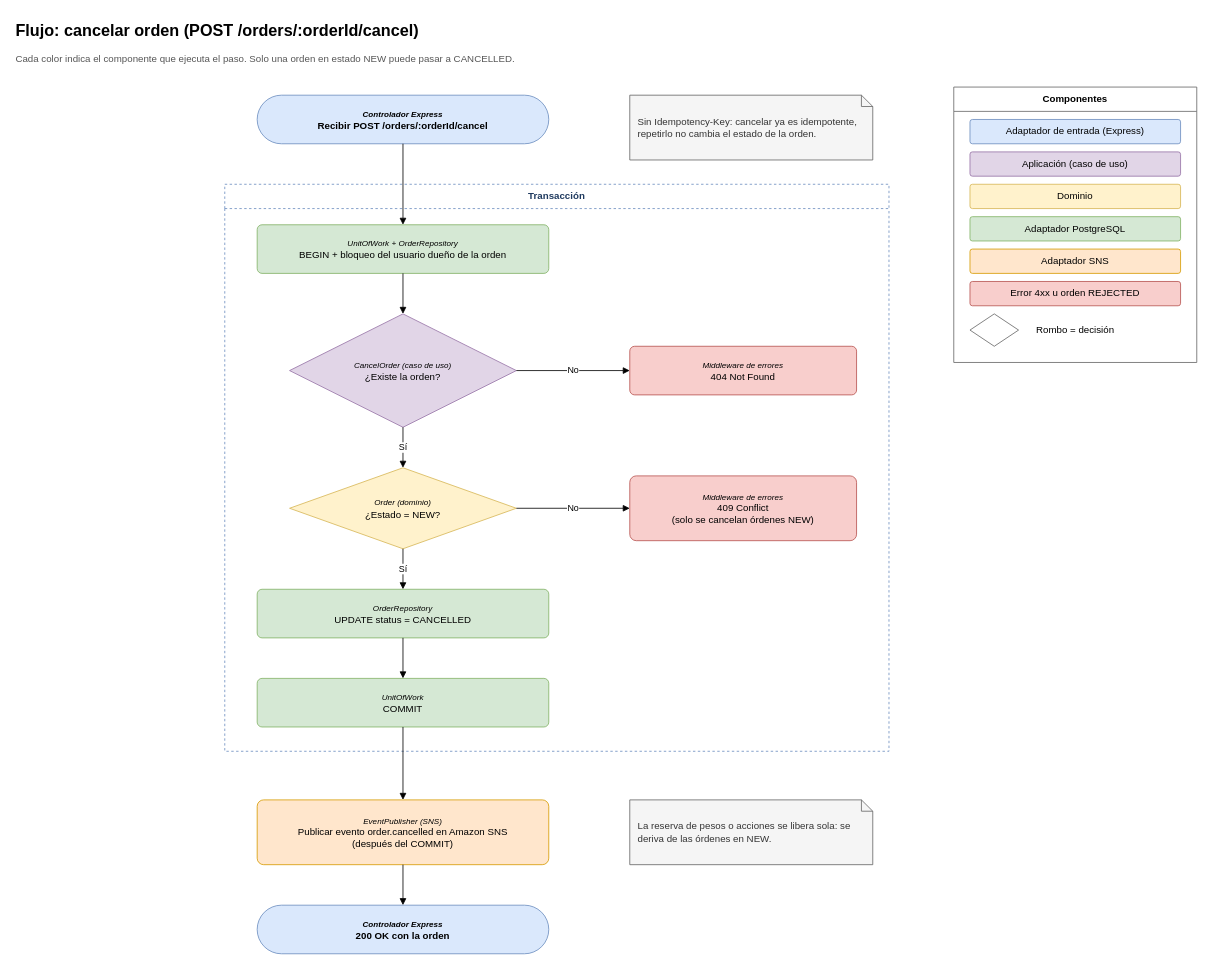
Before: page "Flow: cancel order" (5 of 8) of docs/diagrams/cocos-solution.drawio in Samuel0023/cocos-challenge, a draw.io diagram. Source tidied: cells renumbered, new cells numbered last; positions are measured from the earlier drawing's top-left corner, leaving out a move shared by most shapes. Both pictures are drawn from the tidied source at 81%, with x=0, y=0 at pixel (14, 14).
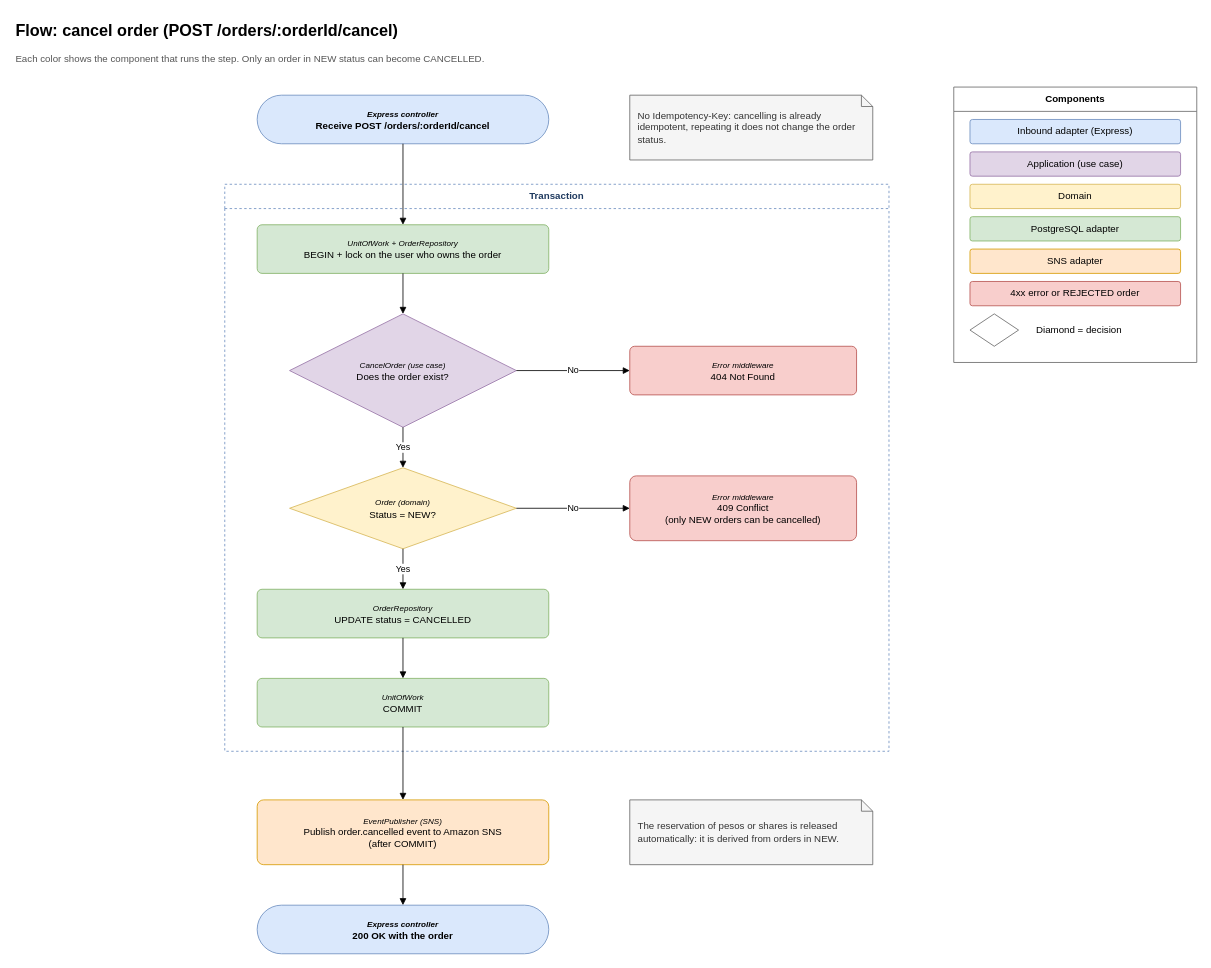
Above is the later version.

Unchanged cells that the change refers to:
```xml
<mxCell id="16" value="&lt;i style=&quot;font-size:10px&quot;&gt;OrderRepository&lt;/i&gt;&lt;br&gt;UPDATE status = CANCELLED" style="rounded=1;whiteSpace=wrap;html=1;arcSize=10;fillColor=#d5e8d4;strokeColor=#82b366;" parent="6" vertex="1">
  <mxGeometry x="40" y="500" width="360" height="60" as="geometry" />
</mxCell>
```

Change to the diagram source:
```diff
@@
-    <mxCell id="2" value="Flujo: cancelar orden (POST /orders/:orderId/cancel)" style="text;html=1;whiteSpace=wrap;align=left;verticalAlign=middle;fontSize=20;fontStyle=1;" parent="1" vertex="1">
+    <mxCell id="2" value="Flow: cancel order (POST /orders/:orderId/cancel)" style="text;html=1;whiteSpace=wrap;align=left;verticalAlign=middle;fontSize=20;fontStyle=1;" parent="1" vertex="1">
       <mxGeometry width="1400" height="40" as="geometry" />
     </mxCell>
-    <mxCell id="3" value="Cada color indica el componente que ejecuta el paso. Solo una orden en estado NEW puede pasar a CANCELLED." style="text;html=1;whiteSpace=wrap;align=left;verticalAlign=middle;fontSize=12;fontColor=#555555;" parent="1" vertex="1">
+    <mxCell id="3" value="Each color shows the component that runs the step. Only an order in NEW status can become CANCELLED." style="text;html=1;whiteSpace=wrap;align=left;verticalAlign=middle;fontSize=12;fontColor=#555555;" parent="1" vertex="1">
       <mxGeometry y="40" width="1400" height="30" as="geometry" />
     </mxCell>
-    <mxCell id="4" value="&lt;i style=&quot;font-size:10px&quot;&gt;Controlador Express&lt;/i&gt;&lt;br&gt;Recibir POST /orders/:orderId/cancel" style="rounded=1;whiteSpace=wrap;html=1;arcSize=50;fontStyle=1;fillColor=#dae8fc;strokeColor=#6c8ebf;" parent="1" vertex="1">
+    <mxCell id="4" value="&lt;i style=&quot;font-size:10px&quot;&gt;Express controller&lt;/i&gt;&lt;br&gt;Receive POST /orders/:orderId/cancel" style="rounded=1;whiteSpace=wrap;html=1;arcSize=50;fontStyle=1;fillColor=#dae8fc;strokeColor=#6c8ebf;" parent="1" vertex="1">
       <mxGeometry x="300" y="100" width="360" height="60" as="geometry" />
     </mxCell>
-    <mxCell id="5" value="Sin Idempotency-Key: cancelar ya es idempotente, repetirlo no cambia el estado de la orden." style="shape=note;whiteSpace=wrap;html=1;size=14;align=left;spacingLeft=8;spacingRight=8;fillColor=#f5f5f5;strokeColor=#666666;fontColor=#333333;" parent="1" vertex="1">
+    <mxCell id="5" value="No Idempotency-Key: cancelling is already idempotent, repeating it does not change the order status." style="shape=note;whiteSpace=wrap;html=1;size=14;align=left;spacingLeft=8;spacingRight=8;fillColor=#f5f5f5;strokeColor=#666666;fontColor=#333333;" parent="1" vertex="1">
       <mxGeometry x="760" y="100" width="300" height="80" as="geometry" />
     </mxCell>
-    <mxCell id="6" value="Transacción" style="swimlane;whiteSpace=wrap;html=1;startSize=30;rounded=0;fontStyle=1;fillColor=none;dashed=1;strokeColor=#6c8ebf;fontColor=#1f3a5f;" parent="1" vertex="1">
+    <mxCell id="6" value="Transaction" style="swimlane;whiteSpace=wrap;html=1;startSize=30;rounded=0;fontStyle=1;fillColor=none;dashed=1;strokeColor=#6c8ebf;fontColor=#1f3a5f;" parent="1" vertex="1">
       <mxGeometry x="260" y="210" width="820" height="700" as="geometry" />
     </mxCell>
-    <mxCell id="7" value="&lt;i style=&quot;font-size:10px&quot;&gt;EventPublisher (SNS)&lt;/i&gt;&lt;br&gt;Publicar evento order.cancelled en Amazon SNS&lt;br&gt;(después del COMMIT)" style="rounded=1;whiteSpace=wrap;html=1;arcSize=10;fillColor=#ffe6cc;strokeColor=#d79b00;" parent="1" vertex="1">
+    <mxCell id="7" value="&lt;i style=&quot;font-size:10px&quot;&gt;EventPublisher (SNS)&lt;/i&gt;&lt;br&gt;Publish order.cancelled event to Amazon SNS&lt;br&gt;(after COMMIT)" style="rounded=1;whiteSpace=wrap;html=1;arcSize=10;fillColor=#ffe6cc;strokeColor=#d79b00;" parent="1" vertex="1">
       <mxGeometry x="300" y="970" width="360" height="80" as="geometry" />
     </mxCell>
-    <mxCell id="8" value="&lt;i style=&quot;font-size:10px&quot;&gt;Controlador Express&lt;/i&gt;&lt;br&gt;200 OK con la orden" style="rounded=1;whiteSpace=wrap;html=1;arcSize=50;fontStyle=1;fillColor=#dae8fc;strokeColor=#6c8ebf;" parent="1" vertex="1">
+    <mxCell id="8" value="&lt;i style=&quot;font-size:10px&quot;&gt;Express controller&lt;/i&gt;&lt;br&gt;200 OK with the order" style="rounded=1;whiteSpace=wrap;html=1;arcSize=50;fontStyle=1;fillColor=#dae8fc;strokeColor=#6c8ebf;" parent="1" vertex="1">
       <mxGeometry x="300" y="1100" width="360" height="60" as="geometry" />
     </mxCell>
-    <mxCell id="9" value="La reserva de pesos o acciones se libera sola: se deriva de las órdenes en NEW." style="shape=note;whiteSpace=wrap;html=1;size=14;align=left;spacingLeft=8;spacingRight=8;fillColor=#f5f5f5;strokeColor=#666666;fontColor=#333333;" parent="1" vertex="1">
+    <mxCell id="9" value="The reservation of pesos or shares is released automatically: it is derived from orders in NEW." style="shape=note;whiteSpace=wrap;html=1;size=14;align=left;spacingLeft=8;spacingRight=8;fillColor=#f5f5f5;strokeColor=#666666;fontColor=#333333;" parent="1" vertex="1">
       <mxGeometry x="760" y="970" width="300" height="80" as="geometry" />
     </mxCell>
-    <mxCell id="10" value="Componentes" style="swimlane;whiteSpace=wrap;html=1;startSize=30;rounded=0;fontStyle=1;fillColor=none;strokeColor=#666666;" parent="1" vertex="1">
+    <mxCell id="10" value="Components" style="swimlane;whiteSpace=wrap;html=1;startSize=30;rounded=0;fontStyle=1;fillColor=none;strokeColor=#666666;" parent="1" vertex="1">
       <mxGeometry x="1160" y="90" width="300" height="340" as="geometry" />
     </mxCell>
-    <mxCell id="11" value="&lt;i style=&quot;font-size:10px&quot;&gt;UnitOfWork + OrderRepository&lt;/i&gt;&lt;br&gt;BEGIN + bloqueo del usuario dueño de la orden" style="rounded=1;whiteSpace=wrap;html=1;arcSize=10;fillColor=#d5e8d4;strokeColor=#82b366;" parent="6" vertex="1">
+    <mxCell id="11" value="&lt;i style=&quot;font-size:10px&quot;&gt;UnitOfWork + OrderRepository&lt;/i&gt;&lt;br&gt;BEGIN + lock on the user who owns the order" style="rounded=1;whiteSpace=wrap;html=1;arcSize=10;fillColor=#d5e8d4;strokeColor=#82b366;" parent="6" vertex="1">
       <mxGeometry x="40" y="50" width="360" height="60" as="geometry" />
     </mxCell>
-    <mxCell id="12" value="&lt;i style=&quot;font-size:10px&quot;&gt;CancelOrder (caso de uso)&lt;/i&gt;&lt;br&gt;¿Existe la orden?" style="rhombus;whiteSpace=wrap;html=1;fillColor=#e1d5e7;strokeColor=#9673a6;" parent="6" vertex="1">
+    <mxCell id="12" value="&lt;i style=&quot;font-size:10px&quot;&gt;CancelOrder (use case)&lt;/i&gt;&lt;br&gt;Does the order exist?" style="rhombus;whiteSpace=wrap;html=1;fillColor=#e1d5e7;strokeColor=#9673a6;" parent="6" vertex="1">
       <mxGeometry x="80" y="160" width="280" height="140" as="geometry" />
     </mxCell>
-    <mxCell id="13" value="&lt;i style=&quot;font-size:10px&quot;&gt;Middleware de errores&lt;/i&gt;&lt;br&gt;404 Not Found" style="rounded=1;whiteSpace=wrap;html=1;arcSize=10;fillColor=#f8cecc;strokeColor=#b85450;" parent="6" vertex="1">
+    <mxCell id="13" value="&lt;i style=&quot;font-size:10px&quot;&gt;Error middleware&lt;/i&gt;&lt;br&gt;404 Not Found" style="rounded=1;whiteSpace=wrap;html=1;arcSize=10;fillColor=#f8cecc;strokeColor=#b85450;" parent="6" vertex="1">
       <mxGeometry x="500" y="200" width="280" height="60" as="geometry" />
     </mxCell>
-    <mxCell id="14" value="&lt;i style=&quot;font-size:10px&quot;&gt;Order (dominio)&lt;/i&gt;&lt;br&gt;¿Estado = NEW?" style="rhombus;whiteSpace=wrap;html=1;fillColor=#fff2cc;strokeColor=#d6b656;" parent="6" vertex="1">
+    <mxCell id="14" value="&lt;i style=&quot;font-size:10px&quot;&gt;Order (domain)&lt;/i&gt;&lt;br&gt;Status = NEW?" style="rhombus;whiteSpace=wrap;html=1;fillColor=#fff2cc;strokeColor=#d6b656;" parent="6" vertex="1">
       <mxGeometry x="80" y="350" width="280" height="100" as="geometry" />
     </mxCell>
-    <mxCell id="15" value="&lt;i style=&quot;font-size:10px&quot;&gt;Middleware de errores&lt;/i&gt;&lt;br&gt;409 Conflict&lt;br&gt;(solo se cancelan órdenes NEW)" style="rounded=1;whiteSpace=wrap;html=1;arcSize=10;fillColor=#f8cecc;strokeColor=#b85450;" parent="6" vertex="1">
+    <mxCell id="15" value="&lt;i style=&quot;font-size:10px&quot;&gt;Error middleware&lt;/i&gt;&lt;br&gt;409 Conflict&lt;br&gt;(only NEW orders can be cancelled)" style="rounded=1;whiteSpace=wrap;html=1;arcSize=10;fillColor=#f8cecc;strokeColor=#b85450;" parent="6" vertex="1">
       <mxGeometry x="500" y="360" width="280" height="80" as="geometry" />
     </mxCell>
@@
-    <mxCell id="18" value="Adaptador de entrada (Express)" style="rounded=1;whiteSpace=wrap;html=1;arcSize=10;fillColor=#dae8fc;strokeColor=#6c8ebf;" parent="10" vertex="1">
+    <mxCell id="18" value="Inbound adapter (Express)" style="rounded=1;whiteSpace=wrap;html=1;arcSize=10;fillColor=#dae8fc;strokeColor=#6c8ebf;" parent="10" vertex="1">
       <mxGeometry x="20" y="40" width="260" height="30" as="geometry" />
     </mxCell>
-    <mxCell id="19" value="Aplicación (caso de uso)" style="rounded=1;whiteSpace=wrap;html=1;arcSize=10;fillColor=#e1d5e7;strokeColor=#9673a6;" parent="10" vertex="1">
+    <mxCell id="19" value="Application (use case)" style="rounded=1;whiteSpace=wrap;html=1;arcSize=10;fillColor=#e1d5e7;strokeColor=#9673a6;" parent="10" vertex="1">
       <mxGeometry x="20" y="80" width="260" height="30" as="geometry" />
     </mxCell>
-    <mxCell id="20" value="Dominio" style="rounded=1;whiteSpace=wrap;html=1;arcSize=10;fillColor=#fff2cc;strokeColor=#d6b656;" parent="10" vertex="1">
+    <mxCell id="20" value="Domain" style="rounded=1;whiteSpace=wrap;html=1;arcSize=10;fillColor=#fff2cc;strokeColor=#d6b656;" parent="10" vertex="1">
       <mxGeometry x="20" y="120" width="260" height="30" as="geometry" />
     </mxCell>
-    <mxCell id="21" value="Adaptador PostgreSQL" style="rounded=1;whiteSpace=wrap;html=1;arcSize=10;fillColor=#d5e8d4;strokeColor=#82b366;" parent="10" vertex="1">
+    <mxCell id="21" value="PostgreSQL adapter" style="rounded=1;whiteSpace=wrap;html=1;arcSize=10;fillColor=#d5e8d4;strokeColor=#82b366;" parent="10" vertex="1">
       <mxGeometry x="20" y="160" width="260" height="30" as="geometry" />
     </mxCell>
-    <mxCell id="22" value="Adaptador SNS" style="rounded=1;whiteSpace=wrap;html=1;arcSize=10;fillColor=#ffe6cc;strokeColor=#d79b00;" parent="10" vertex="1">
+    <mxCell id="22" value="SNS adapter" style="rounded=1;whiteSpace=wrap;html=1;arcSize=10;fillColor=#ffe6cc;strokeColor=#d79b00;" parent="10" vertex="1">
       <mxGeometry x="20" y="200" width="260" height="30" as="geometry" />
     </mxCell>
-    <mxCell id="23" value="Error 4xx u orden REJECTED" style="rounded=1;whiteSpace=wrap;html=1;arcSize=10;fillColor=#f8cecc;strokeColor=#b85450;" parent="10" vertex="1">
+    <mxCell id="23" value="4xx error or REJECTED order" style="rounded=1;whiteSpace=wrap;html=1;arcSize=10;fillColor=#f8cecc;strokeColor=#b85450;" parent="10" vertex="1">
       <mxGeometry x="20" y="240" width="260" height="30" as="geometry" />
     </mxCell>
@@
-    <mxCell id="25" value="Rombo = decisión" style="text;html=1;whiteSpace=wrap;align=left;verticalAlign=middle;fontSize=12;" parent="10" vertex="1">
+    <mxCell id="25" value="Diamond = decision" style="text;html=1;whiteSpace=wrap;align=left;verticalAlign=middle;fontSize=12;" parent="10" vertex="1">
       <mxGeometry x="100" y="280" width="180" height="40" as="geometry" />
     </mxCell>
@@
-    <mxCell id="29" value="Sí" style="edgeStyle=orthogonalEdgeStyle;rounded=0;html=1;labelBackgroundColor=default;endArrow=block;endFill=1;fontSize=11;exitX=0.5;exitY=1;exitDx=0;exitDy=0;entryX=0.5;entryY=0;entryDx=0;entryDy=0;" parent="1" edge="1" source="12" target="14">
+    <mxCell id="29" value="Yes" style="edgeStyle=orthogonalEdgeStyle;rounded=0;html=1;labelBackgroundColor=default;endArrow=block;endFill=1;fontSize=11;exitX=0.5;exitY=1;exitDx=0;exitDy=0;entryX=0.5;entryY=0;entryDx=0;entryDy=0;" parent="1" edge="1" source="12" target="14">
       <mxGeometry relative="1" as="geometry" />
     </mxCell>
@@
-    <mxCell id="31" value="Sí" style="edgeStyle=orthogonalEdgeStyle;rounded=0;html=1;labelBackgroundColor=default;endArrow=block;endFill=1;fontSize=11;exitX=0.5;exitY=1;exitDx=0;exitDy=0;entryX=0.5;entryY=0;entryDx=0;entryDy=0;" parent="1" edge="1" source="14" target="16">
+    <mxCell id="31" value="Yes" style="edgeStyle=orthogonalEdgeStyle;rounded=0;html=1;labelBackgroundColor=default;endArrow=block;endFill=1;fontSize=11;exitX=0.5;exitY=1;exitDx=0;exitDy=0;entryX=0.5;entryY=0;entryDx=0;entryDy=0;" parent="1" edge="1" source="14" target="16">
       <mxGeometry relative="1" as="geometry" />
     </mxCell>
```
